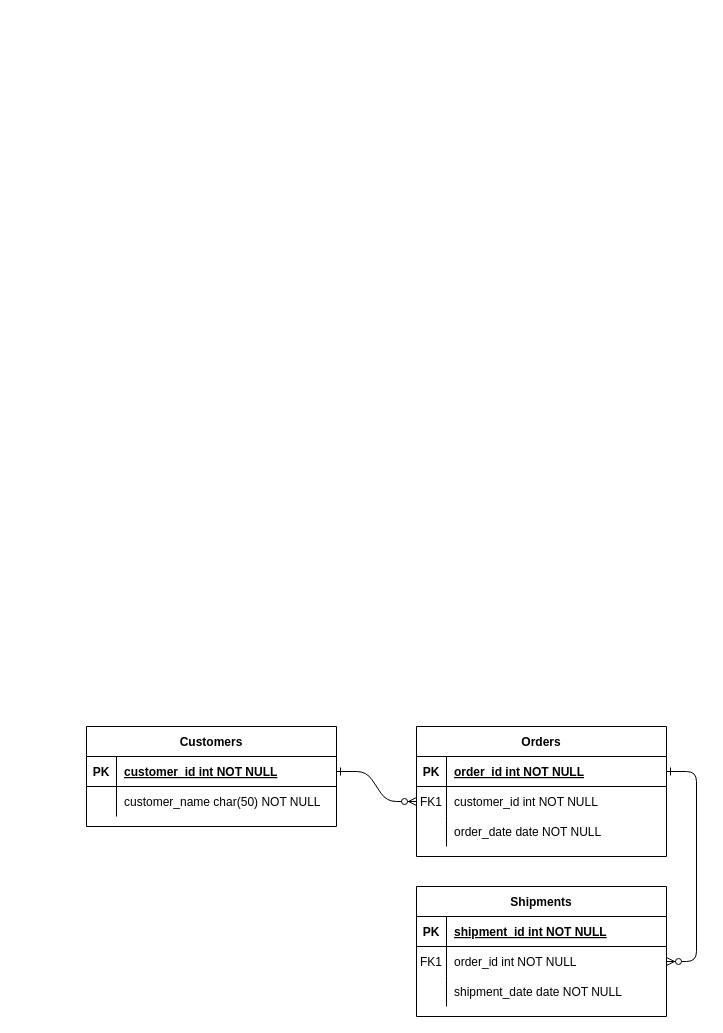
Before: TBP.drawio in VilimTrakos/TDP_projekt, a draw.io diagram. Source tidied: cells renumbered, new cells numbered last; positions are measured from the earlier drawing's top-left corner, leaving out a move shared by most shapes. Both pictures are drawn from the tidied source at 100%, with x=0, y=0 at pixel (86, 726).
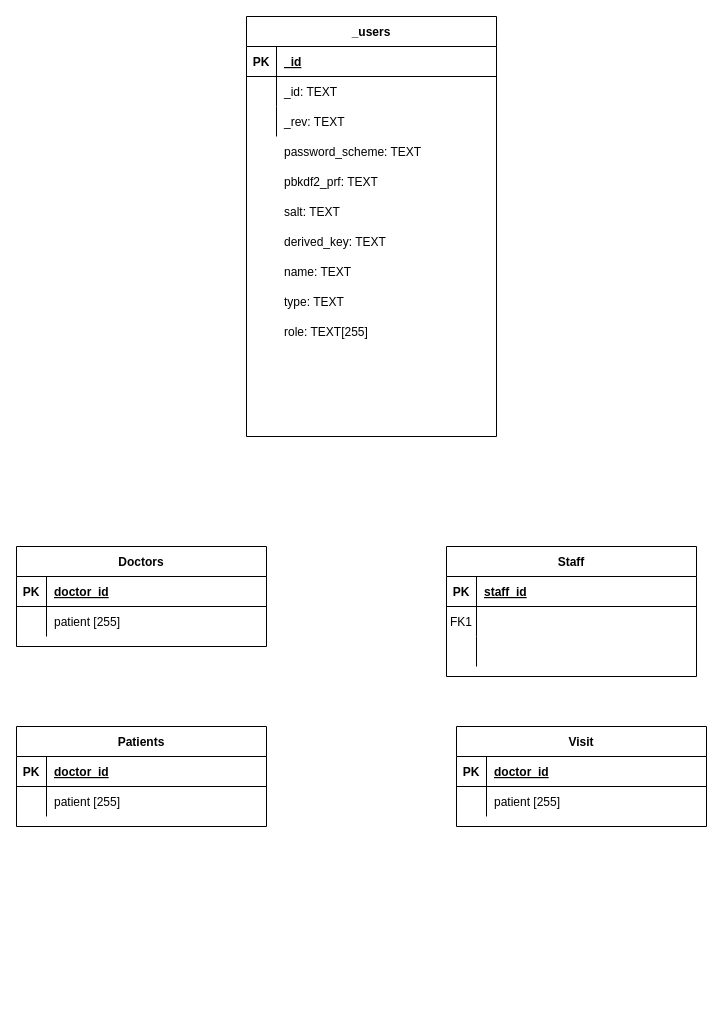
After the change.

The change refers to these unchanged cells:
```xml
<mxCell id="5" style="shape=partialRectangle;fillColor=none;points=[[0,0.5],[1,0.5]];portConstraint=eastwest;top=0;left=0;right=0;bottom=1;" parent="4" vertex="1">
  <mxGeometry y="30" width="250" height="30" as="geometry" />
</mxCell>
<mxCell id="8" style="shape=partialRectangle;fillColor=none;points=[[0,0.5],[1,0.5]];portConstraint=eastwest;top=0;left=0;right=0;bottom=0;" parent="4" vertex="1">
  <mxGeometry y="60" width="250" height="30" as="geometry" />
</mxCell>
<mxCell id="11" style="shape=partialRectangle;fillColor=none;top=0;left=0;right=0;bottom=0;" parent="4" vertex="1">
  <mxGeometry y="90" width="250" height="30" as="geometry" />
</mxCell>
<mxCell id="15" style="shape=partialRectangle;fillColor=none;top=0;left=0;right=0;bottom=1;" parent="14" vertex="1">
  <mxGeometry y="30" width="250" height="30" as="geometry" />
</mxCell>
<mxCell id="18" style="shape=partialRectangle;fillColor=none;points=[[0,0.5],[1,0.5]];portConstraint=eastwest;top=0;left=0;right=0;bottom=0;" parent="14" vertex="1">
  <mxGeometry y="60" width="250" height="30" as="geometry" />
</mxCell>
<mxCell id="21" style="shape=partialRectangle;fillColor=none;top=0;left=0;right=0;bottom=0;" parent="14" vertex="1">
  <mxGeometry y="90" width="250" height="30" as="geometry" />
</mxCell>
<mxCell id="25" style="shape=partialRectangle;fillColor=none;points=[[0,0.5],[1,0.5]];portConstraint=eastwest;top=0;left=0;right=0;bottom=1;" parent="24" vertex="1">
  <mxGeometry y="30" width="250" height="30" as="geometry" />
</mxCell>
<mxCell id="28" style="shape=partialRectangle;fillColor=none;top=0;left=0;right=0;bottom=0;" parent="24" vertex="1">
  <mxGeometry y="60" width="250" height="30" as="geometry" />
</mxCell>
```

What changed in the source:
```diff
@@
-    <mxCell id="2" style="edgeStyle=entityRelationEdgeStyle;endArrow=ERzeroToMany;startArrow=ERone;endFill=1;startFill=0;" parent="1" edge="1" source="25" target="8">
-      <mxGeometry relative="1" as="geometry" />
-    </mxCell>
-    <mxCell id="3" style="edgeStyle=entityRelationEdgeStyle;endArrow=ERzeroToMany;startArrow=ERone;endFill=1;startFill=0;" parent="1" edge="1" source="5" target="18">
-      <mxGeometry relative="1" as="geometry" />
-    </mxCell>
-    <mxCell id="4" value="Orders" style="shape=table;startSize=30;childLayout=tableLayout;rowLines=0;fontStyle=1;align=center;" parent="1" vertex="1">
-      <mxGeometry x="330" width="250" height="130" as="geometry" />
+    <mxCell id="4" value="_users" style="shape=table;startSize=30;childLayout=tableLayout;rowLines=0;fontStyle=1;align=center;" parent="1" vertex="1">
+      <mxGeometry x="160" y="-710" width="250" height="420" as="geometry" />
     </mxCell>
@@
-    <mxCell id="7" value="order_id int NOT NULL " style="shape=partialRectangle;overflow=hidden;fillColor=none;top=0;left=0;bottom=0;right=0;align=left;spacingLeft=6;fontStyle=5;" parent="5" vertex="1">
+    <mxCell id="7" value="_id" style="shape=partialRectangle;overflow=hidden;fillColor=none;top=0;left=0;bottom=0;right=0;align=left;spacingLeft=6;fontStyle=5;" parent="5" vertex="1">
       <mxGeometry x="30" width="220" height="30" as="geometry" />
     </mxCell>
@@
-    <mxCell id="9" value="FK1" style="shape=partialRectangle;overflow=hidden;fillColor=none;top=0;left=0;bottom=0;right=0;" parent="8" vertex="1">
+    <mxCell id="9" style="shape=partialRectangle;overflow=hidden;fillColor=none;top=0;left=0;bottom=0;right=0;" parent="8" vertex="1">
       <mxGeometry width="30" height="30" as="geometry" />
     </mxCell>
-    <mxCell id="10" value="customer_id int NOT NULL" style="shape=partialRectangle;overflow=hidden;fillColor=none;top=0;left=0;bottom=0;right=0;align=left;spacingLeft=6;" parent="8" vertex="1">
+    <mxCell id="10" value="_id: TEXT" style="shape=partialRectangle;overflow=hidden;fillColor=none;top=0;left=0;bottom=0;right=0;align=left;spacingLeft=6;" parent="8" vertex="1">
       <mxGeometry x="30" width="220" height="30" as="geometry" />
     </mxCell>
@@
-    <mxCell id="13" value="order_date date NOT NULL" style="shape=partialRectangle;overflow=hidden;fillColor=none;top=0;left=0;bottom=0;right=0;align=left;spacingLeft=6;" parent="11" vertex="1">
+    <mxCell id="13" value="_rev: TEXT" style="shape=partialRectangle;overflow=hidden;fillColor=none;top=0;left=0;bottom=0;right=0;align=left;spacingLeft=6;" parent="11" vertex="1">
       <mxGeometry x="30" width="220" height="30" as="geometry" />
     </mxCell>
-    <mxCell id="14" value="Shipments" style="shape=table;startSize=30;childLayout=tableLayout;rowLines=0;fontStyle=1;align=center;" parent="1" vertex="1">
-      <mxGeometry x="330" y="160" width="250" height="130" as="geometry" />
+    <mxCell id="14" value="Staff" style="shape=table;startSize=30;childLayout=tableLayout;rowLines=0;fontStyle=1;align=center;" parent="1" vertex="1">
+      <mxGeometry x="360" y="-180" width="250" height="130" as="geometry" />
     </mxCell>
@@
-    <mxCell id="17" value="shipment_id int NOT NULL " style="shape=partialRectangle;overflow=hidden;fillColor=none;top=0;left=0;bottom=0;right=0;align=left;spacingLeft=6;fontStyle=5;" parent="15" vertex="1">
+    <mxCell id="17" value="staff_id" style="shape=partialRectangle;overflow=hidden;fillColor=none;top=0;left=0;bottom=0;right=0;align=left;spacingLeft=6;fontStyle=5;" parent="15" vertex="1">
       <mxGeometry x="30" width="220" height="30" as="geometry" />
     </mxCell>
@@
-    <mxCell id="20" value="order_id int NOT NULL" style="shape=partialRectangle;overflow=hidden;fillColor=none;top=0;left=0;bottom=0;right=0;align=left;spacingLeft=6;" parent="18" vertex="1">
+    <mxCell id="20" style="shape=partialRectangle;overflow=hidden;fillColor=none;top=0;left=0;bottom=0;right=0;align=left;spacingLeft=6;" parent="18" vertex="1">
       <mxGeometry x="30" width="220" height="30" as="geometry" />
     </mxCell>
@@
-    <mxCell id="23" value="shipment_date date NOT NULL" style="shape=partialRectangle;overflow=hidden;fillColor=none;top=0;left=0;bottom=0;right=0;align=left;spacingLeft=6;" parent="21" vertex="1">
+    <mxCell id="23" style="shape=partialRectangle;overflow=hidden;fillColor=none;top=0;left=0;bottom=0;right=0;align=left;spacingLeft=6;" parent="21" vertex="1">
       <mxGeometry x="30" width="220" height="30" as="geometry" />
     </mxCell>
-    <mxCell id="24" value="Customers" style="shape=table;startSize=30;childLayout=tableLayout;rowLines=0;fontStyle=1;align=center;" parent="1" vertex="1">
-      <mxGeometry width="250" height="100" as="geometry" />
+    <mxCell id="24" value="Doctors" style="shape=table;startSize=30;childLayout=tableLayout;rowLines=0;fontStyle=1;align=center;" parent="1" vertex="1">
+      <mxGeometry x="-70" y="-180" width="250" height="100" as="geometry" />
     </mxCell>
@@
-    <mxCell id="27" value="customer_id int NOT NULL " style="shape=partialRectangle;overflow=hidden;fillColor=none;top=0;left=0;bottom=0;right=0;align=left;spacingLeft=6;fontStyle=5;" parent="25" vertex="1">
+    <mxCell id="27" value="doctor_id" style="shape=partialRectangle;overflow=hidden;fillColor=none;top=0;left=0;bottom=0;right=0;align=left;spacingLeft=6;fontStyle=5;" parent="25" vertex="1">
       <mxGeometry x="30" width="220" height="30" as="geometry" />
     </mxCell>
@@
-    <mxCell id="30" value="customer_name char(50) NOT NULL" style="shape=partialRectangle;overflow=hidden;fillColor=none;top=0;left=0;bottom=0;right=0;align=left;spacingLeft=6;" parent="28" vertex="1">
+    <mxCell id="30" value="patient [255]" style="shape=partialRectangle;overflow=hidden;fillColor=none;top=0;left=0;bottom=0;right=0;align=left;spacingLeft=6;" parent="28" vertex="1">
       <mxGeometry x="30" width="220" height="30" as="geometry" />
     </mxCell>
+    <mxCell id="31" value="Patients" style="shape=table;startSize=30;childLayout=tableLayout;rowLines=0;fontStyle=1;align=center;" parent="1" vertex="1">
+      <mxGeometry x="-70" width="250" height="100" as="geometry" />
+    </mxCell>
+    <mxCell id="32" style="shape=partialRectangle;fillColor=none;top=0;left=0;right=0;bottom=1;" parent="31" vertex="1">
+      <mxGeometry y="30" width="250" height="30" as="geometry" />
+    </mxCell>
+    <mxCell id="33" value="PK" style="shape=partialRectangle;overflow=hidden;fillColor=none;top=0;left=0;bottom=0;right=0;fontStyle=1;" parent="32" vertex="1">
+      <mxGeometry width="30" height="30" as="geometry" />
+    </mxCell>
+    <mxCell id="34" value="doctor_id" style="shape=partialRectangle;overflow=hidden;fillColor=none;top=0;left=0;bottom=0;right=0;align=left;spacingLeft=6;fontStyle=5;" parent="32" vertex="1">
+      <mxGeometry x="30" width="220" height="30" as="geometry" />
+    </mxCell>
+    <mxCell id="35" style="shape=partialRectangle;fillColor=none;top=0;left=0;right=0;bottom=0;" parent="31" vertex="1">
+      <mxGeometry y="60" width="250" height="30" as="geometry" />
+    </mxCell>
+    <mxCell id="36" style="shape=partialRectangle;overflow=hidden;fillColor=none;top=0;left=0;bottom=0;right=0;" parent="35" vertex="1">
+      <mxGeometry width="30" height="30" as="geometry" />
+    </mxCell>
+    <mxCell id="37" value="patient [255]" style="shape=partialRectangle;overflow=hidden;fillColor=none;top=0;left=0;bottom=0;right=0;align=left;spacingLeft=6;" parent="35" vertex="1">
+      <mxGeometry x="30" width="220" height="30" as="geometry" />
+    </mxCell>
+    <mxCell id="38" value="Visit" style="shape=table;startSize=30;childLayout=tableLayout;rowLines=0;fontStyle=1;align=center;" parent="1" vertex="1">
+      <mxGeometry x="370" width="250" height="100" as="geometry" />
+    </mxCell>
+    <mxCell id="39" style="shape=partialRectangle;fillColor=none;top=0;left=0;right=0;bottom=1;" parent="38" vertex="1">
+      <mxGeometry y="30" width="250" height="30" as="geometry" />
+    </mxCell>
+    <mxCell id="40" value="PK" style="shape=partialRectangle;overflow=hidden;fillColor=none;top=0;left=0;bottom=0;right=0;fontStyle=1;" parent="39" vertex="1">
+      <mxGeometry width="30" height="30" as="geometry" />
+    </mxCell>
+    <mxCell id="41" value="doctor_id" style="shape=partialRectangle;overflow=hidden;fillColor=none;top=0;left=0;bottom=0;right=0;align=left;spacingLeft=6;fontStyle=5;" parent="39" vertex="1">
+      <mxGeometry x="30" width="220" height="30" as="geometry" />
+    </mxCell>
+    <mxCell id="42" style="shape=partialRectangle;fillColor=none;top=0;left=0;right=0;bottom=0;" parent="38" vertex="1">
+      <mxGeometry y="60" width="250" height="30" as="geometry" />
+    </mxCell>
+    <mxCell id="43" style="shape=partialRectangle;overflow=hidden;fillColor=none;top=0;left=0;bottom=0;right=0;" parent="42" vertex="1">
+      <mxGeometry width="30" height="30" as="geometry" />
+    </mxCell>
+    <mxCell id="44" value="patient [255]" style="shape=partialRectangle;overflow=hidden;fillColor=none;top=0;left=0;bottom=0;right=0;align=left;spacingLeft=6;" parent="42" vertex="1">
+      <mxGeometry x="30" width="220" height="30" as="geometry" />
+    </mxCell>
+    <mxCell id="45" value="password_scheme: TEXT" style="shape=partialRectangle;overflow=hidden;fillColor=none;top=0;left=0;bottom=0;right=0;align=left;spacingLeft=6;" parent="1" vertex="1">
+      <mxGeometry x="190" y="-590" width="220" height="30" as="geometry" />
+    </mxCell>
+    <mxCell id="46" value="pbkdf2_prf: TEXT" style="shape=partialRectangle;overflow=hidden;fillColor=none;top=0;left=0;bottom=0;right=0;align=left;spacingLeft=6;" parent="1" vertex="1">
+      <mxGeometry x="190" y="-560" width="220" height="30" as="geometry" />
+    </mxCell>
+    <mxCell id="47" value="salt: TEXT" style="shape=partialRectangle;overflow=hidden;fillColor=none;top=0;left=0;bottom=0;right=0;align=left;spacingLeft=6;" parent="1" vertex="1">
+      <mxGeometry x="190" y="-530" width="220" height="30" as="geometry" />
+    </mxCell>
+    <mxCell id="48" value="derived_key: TEXT" style="shape=partialRectangle;overflow=hidden;fillColor=none;top=0;left=0;bottom=0;right=0;align=left;spacingLeft=6;" parent="1" vertex="1">
+      <mxGeometry x="190" y="-500" width="220" height="30" as="geometry" />
+    </mxCell>
+    <mxCell id="49" value="name: TEXT" style="shape=partialRectangle;overflow=hidden;fillColor=none;top=0;left=0;bottom=0;right=0;align=left;spacingLeft=6;" parent="1" vertex="1">
+      <mxGeometry x="190" y="-470" width="220" height="30" as="geometry" />
+    </mxCell>
+    <mxCell id="50" value="type: TEXT" style="shape=partialRectangle;overflow=hidden;fillColor=none;top=0;left=0;bottom=0;right=0;align=left;spacingLeft=6;" parent="1" vertex="1">
+      <mxGeometry x="190" y="-440" width="220" height="30" as="geometry" />
+    </mxCell>
+    <mxCell id="51" value="role: TEXT[255]" style="shape=partialRectangle;overflow=hidden;fillColor=none;top=0;left=0;bottom=0;right=0;align=left;spacingLeft=6;" parent="1" vertex="1">
+      <mxGeometry x="190" y="-410" width="220" height="30" as="geometry" />
+    </mxCell>
```
